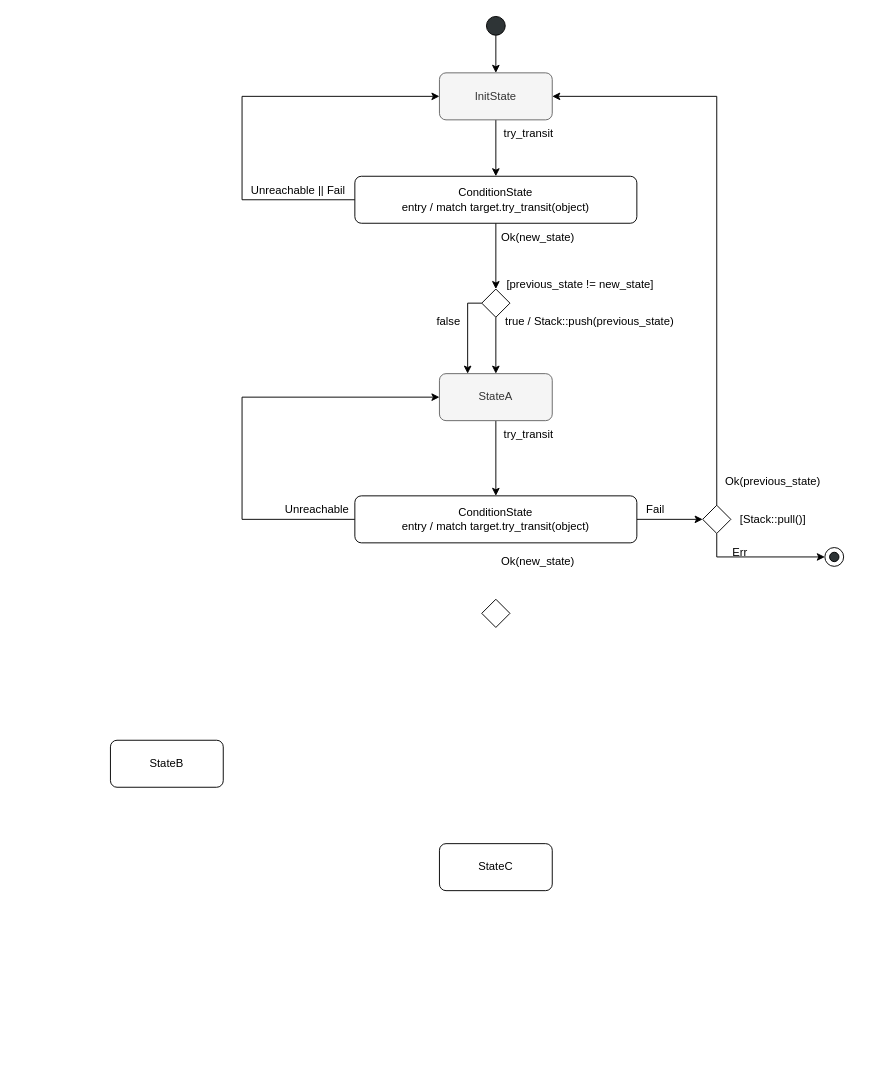
Earlier version of the draw.io diagram flowchart.drawio (Mazurovskyi/fsm). Source tidied: cells renumbered, new cells numbered last; positions are measured from the earlier drawing's top-left corner, leaving out a move shared by most shapes. Both pictures are drawn from the tidied source at 94%, with x=0, y=0 at pixel (110, 16).
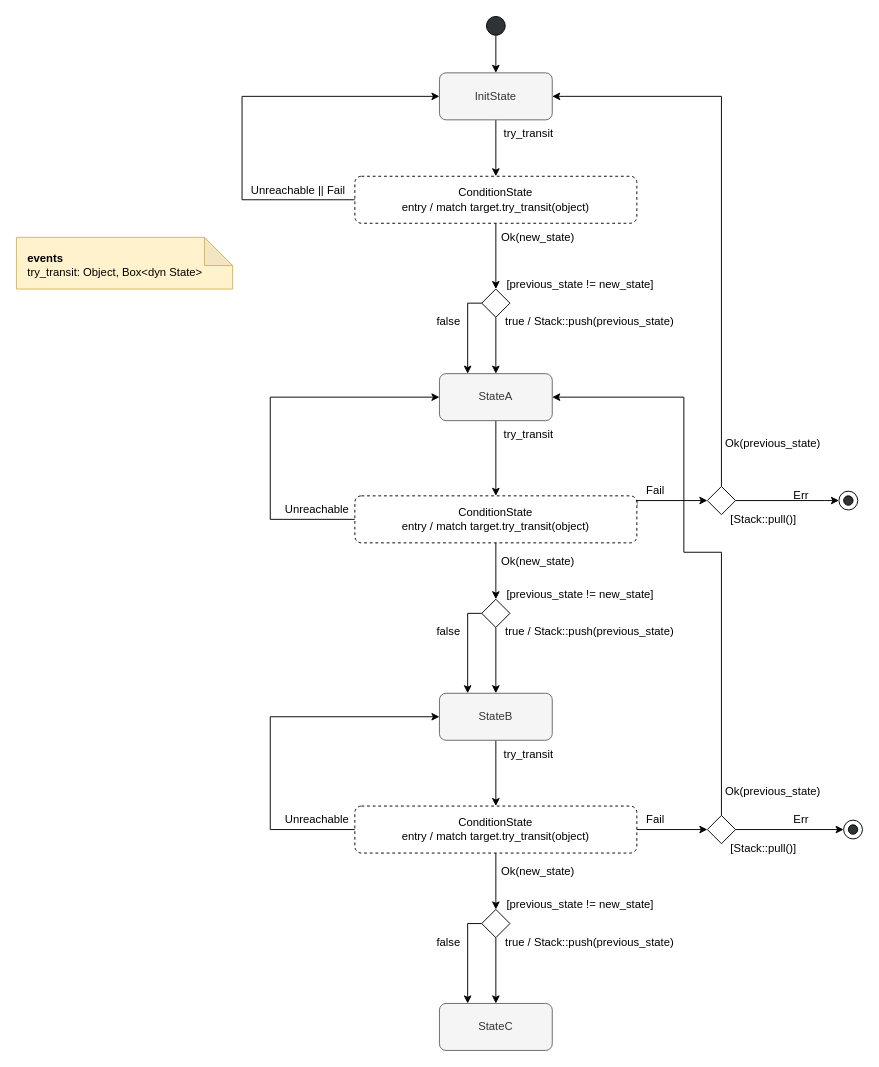
The same page after the edit.

Unchanged cells that the change refers to:
```xml
<mxCell id="7" value="StateA" style="rounded=1;whiteSpace=wrap;html=1;absoluteArcSize=1;arcSize=14;strokeWidth=1;fillColor=#f5f5f5;fontColor=#333333;strokeColor=#666666;" parent="1" vertex="1">
  <mxGeometry x="350" y="380" width="120" height="50" as="geometry" />
</mxCell>
<mxCell id="36" style="rhombus;whiteSpace=wrap;html=1;" parent="1" vertex="1">
  <mxGeometry x="395" y="620" width="30" height="30" as="geometry" />
</mxCell>
```

Change to the diagram source:
```diff
@@
+    <mxCell id="38" style="shape=note;whiteSpace=wrap;html=1;backgroundOutline=1;darkOpacity=0.05;fillColor=#fff2cc;strokeColor=#d6b656;" parent="1" vertex="1">
+      <mxGeometry x="-100" y="235" width="230" height="55" as="geometry" />
+    </mxCell>
@@
+    <mxCell id="39" style="edgeStyle=orthogonalEdgeStyle;rounded=0;jettySize=auto;html=1;exitX=0.5;exitY=1;exitDx=0;exitDy=0;entryX=0.5;entryY=0;entryDx=0;entryDy=0;" parent="1" edge="1" source="8" target="55">
+      <mxGeometry relative="1" as="geometry" />
+    </mxCell>
-    <mxCell id="8" value="StateB" style="rounded=1;whiteSpace=wrap;html=1;absoluteArcSize=1;arcSize=14;strokeWidth=1;" parent="1" vertex="1">
-      <mxGeometry y="770" width="120" height="50" as="geometry" />
+    <mxCell id="8" value="StateB" style="rounded=1;whiteSpace=wrap;html=1;absoluteArcSize=1;arcSize=14;strokeWidth=1;fillColor=#f5f5f5;fontColor=#333333;strokeColor=#666666;" parent="1" vertex="1">
+      <mxGeometry x="350" y="720" width="120" height="50" as="geometry" />
     </mxCell>
-    <mxCell id="9" value="StateC" style="rounded=1;whiteSpace=wrap;html=1;absoluteArcSize=1;arcSize=14;strokeWidth=1;" parent="1" vertex="1">
-      <mxGeometry x="350" y="880" width="120" height="50" as="geometry" />
-    </mxCell>
@@
-    <mxCell id="21" value="&lt;div&gt;ConditionState&lt;/div&gt;&lt;div&gt; entry / match target.try_transit(object)&lt;/div&gt;" style="rounded=1;whiteSpace=wrap;html=1;absoluteArcSize=1;arcSize=14;strokeWidth=1;" parent="1" vertex="1">
+    <mxCell id="21" value="&lt;div&gt;ConditionState&lt;/div&gt;&lt;div&gt; entry / match target.try_transit(object)&lt;/div&gt;" style="rounded=1;whiteSpace=wrap;html=1;absoluteArcSize=1;arcSize=14;strokeWidth=1;dashed=1;" parent="1" vertex="1">
       <mxGeometry x="260" y="170" width="300" height="50" as="geometry" />
     </mxCell>
     <mxCell id="22" value="Fail" style="text;html=1;strokeColor=none;fillColor=none;align=center;verticalAlign=middle;whiteSpace=wrap;rounded=0;" parent="1" vertex="1">
-      <mxGeometry x="560" y="510" width="40" height="30" as="geometry" />
+      <mxGeometry x="560" y="490" width="40" height="30" as="geometry" />
     </mxCell>
@@
-    <mxCell id="24" style="edgeStyle=orthogonalEdgeStyle;rounded=0;jettySize=auto;html=1;exitX=0.5;exitY=1;exitDx=0;exitDy=0;entryX=0;entryY=0.5;entryDx=0;entryDy=0;" parent="1" edge="1" source="25" target="35">
+    <mxCell id="24" style="edgeStyle=orthogonalEdgeStyle;rounded=0;jettySize=auto;html=1;exitX=1;exitY=0.5;exitDx=0;exitDy=0;entryX=0;entryY=0.5;entryDx=0;entryDy=0;" parent="1" edge="1" source="25" target="35">
       <mxGeometry relative="1" as="geometry">
         <Array as="points">
-          <mxPoint x="645" y="575" />
+          <mxPoint x="760" y="515" />
         </Array>
       </mxGeometry>
     </mxCell>
     <mxCell id="25" style="rhombus;whiteSpace=wrap;html=1;" parent="1" vertex="1">
-      <mxGeometry x="630" y="520" width="30" height="30" as="geometry" />
+      <mxGeometry x="635" y="500" width="30" height="30" as="geometry" />
     </mxCell>
     <mxCell id="26" value="[Stack::pull()]" style="text;html=1;strokeColor=none;fillColor=none;align=center;verticalAlign=middle;whiteSpace=wrap;rounded=0;" parent="1" vertex="1">
-      <mxGeometry x="650" y="520" width="110" height="30" as="geometry" />
+      <mxGeometry x="640" y="520" width="110" height="30" as="geometry" />
     </mxCell>
     <mxCell id="27" value="Ok(previous_state)" style="text;html=1;strokeColor=none;fillColor=none;align=center;verticalAlign=middle;whiteSpace=wrap;rounded=0;" parent="1" vertex="1">
-      <mxGeometry x="630" y="480" width="150" height="30" as="geometry" />
+      <mxGeometry x="630" y="440" width="150" height="30" as="geometry" />
     </mxCell>
     <mxCell id="28" style="edgeStyle=orthogonalEdgeStyle;rounded=0;jettySize=auto;html=1;exitX=0;exitY=0.5;exitDx=0;exitDy=0;entryX=0;entryY=0.5;entryDx=0;entryDy=0;" parent="1" edge="1" source="30" target="7">
       <mxGeometry relative="1" as="geometry">
         <Array as="points">
-          <mxPoint x="140" y="535" />
-          <mxPoint x="140" y="405" />
+          <mxPoint x="170" y="535" />
+          <mxPoint x="170" y="405" />
         </Array>
       </mxGeometry>
     </mxCell>
-    <mxCell id="29" style="edgeStyle=orthogonalEdgeStyle;rounded=0;jettySize=auto;html=1;exitX=1;exitY=0.5;exitDx=0;exitDy=0;entryX=0;entryY=0.5;entryDx=0;entryDy=0;" parent="1" edge="1" source="30" target="25">
-      <mxGeometry relative="1" as="geometry" />
+    <mxCell id="29" style="edgeStyle=orthogonalEdgeStyle;rounded=0;jettySize=auto;html=1;exitX=0;exitY=1;exitDx=0;exitDy=0;entryX=0;entryY=0.5;entryDx=0;entryDy=0;" parent="1" edge="1" source="22" target="25">
+      <mxGeometry relative="1" as="geometry">
+        <Array as="points">
+          <mxPoint x="560" y="515" />
+        </Array>
+      </mxGeometry>
     </mxCell>
+    <mxCell id="40" style="edgeStyle=orthogonalEdgeStyle;rounded=0;jettySize=auto;html=1;exitX=0.5;exitY=1;exitDx=0;exitDy=0;entryX=0.5;entryY=0;entryDx=0;entryDy=0;" parent="1" edge="1" source="30" target="36">
+      <mxGeometry relative="1" as="geometry" />
+    </mxCell>
-    <mxCell id="30" value="&lt;div&gt;ConditionState&lt;/div&gt;&lt;div&gt; entry / match target.try_transit(object)&lt;/div&gt;" style="rounded=1;whiteSpace=wrap;html=1;absoluteArcSize=1;arcSize=14;strokeWidth=1;" parent="1" vertex="1">
+    <mxCell id="30" value="&lt;div&gt;ConditionState&lt;/div&gt;&lt;div&gt; entry / match target.try_transit(object)&lt;/div&gt;" style="rounded=1;whiteSpace=wrap;html=1;absoluteArcSize=1;arcSize=14;strokeWidth=1;dashed=1;" parent="1" vertex="1">
       <mxGeometry x="260" y="510" width="300" height="50" as="geometry" />
     </mxCell>
@@
     <mxCell id="33" value="Err" style="text;html=1;strokeColor=none;fillColor=none;align=center;verticalAlign=middle;whiteSpace=wrap;rounded=0;" parent="1" vertex="1">
-      <mxGeometry x="640" y="555" width="60" height="30" as="geometry" />
+      <mxGeometry x="705" y="495" width="60" height="30" as="geometry" />
     </mxCell>
     <mxCell id="34" style="ellipse;whiteSpace=wrap;html=1;fillColor=#2e3436;" parent="1" vertex="1">
-      <mxGeometry x="765" y="570" width="10" height="10" as="geometry" />
+      <mxGeometry x="780" y="510" width="10" height="10" as="geometry" />
     </mxCell>
     <mxCell id="35" style="ellipse;whiteSpace=wrap;html=1;fillColor=none;" parent="1" vertex="1">
-      <mxGeometry x="760" y="565" width="20" height="20" as="geometry" />
+      <mxGeometry x="775" y="505" width="20" height="20" as="geometry" />
     </mxCell>
+    <mxCell id="41" style="edgeStyle=orthogonalEdgeStyle;rounded=0;jettySize=auto;html=1;exitX=0.5;exitY=1;exitDx=0;exitDy=0;entryX=0.5;entryY=0;entryDx=0;entryDy=0;" parent="1" edge="1" source="36" target="8">
+      <mxGeometry relative="1" as="geometry" />
+    </mxCell>
+    <mxCell id="42" style="edgeStyle=orthogonalEdgeStyle;rounded=0;jettySize=auto;html=1;exitX=0;exitY=0.5;exitDx=0;exitDy=0;entryX=0.25;entryY=0;entryDx=0;entryDy=0;" parent="1" edge="1" source="36" target="8">
+      <mxGeometry relative="1" as="geometry">
+        <Array as="points">
+          <mxPoint x="380" y="635" />
+        </Array>
+      </mxGeometry>
+    </mxCell>
@@
+    <mxCell id="43" value="[previous_state != new_state]" style="text;html=1;strokeColor=none;fillColor=none;align=center;verticalAlign=middle;whiteSpace=wrap;rounded=0;" parent="1" vertex="1">
+      <mxGeometry x="410" y="600" width="180" height="30" as="geometry" />
+    </mxCell>
+    <mxCell id="44" value="true / Stack::push(previous_state)" style="text;html=1;strokeColor=none;fillColor=none;align=center;verticalAlign=middle;whiteSpace=wrap;rounded=0;" parent="1" vertex="1">
+      <mxGeometry x="390" y="640" width="240" height="30" as="geometry" />
+    </mxCell>
+    <mxCell id="45" value="false" style="text;html=1;strokeColor=none;fillColor=none;align=center;verticalAlign=middle;whiteSpace=wrap;rounded=0;" parent="1" vertex="1">
+      <mxGeometry x="330" y="640" width="60" height="30" as="geometry" />
+    </mxCell>
+    <mxCell id="9" value="StateC" style="rounded=1;whiteSpace=wrap;html=1;absoluteArcSize=1;arcSize=14;strokeWidth=1;fillColor=#f5f5f5;fontColor=#333333;strokeColor=#666666;" parent="1" vertex="1">
+      <mxGeometry x="350" y="1050" width="120" height="50" as="geometry" />
+    </mxCell>
+    <mxCell id="46" value="Fail" style="text;html=1;strokeColor=none;fillColor=none;align=center;verticalAlign=middle;whiteSpace=wrap;rounded=0;" parent="1" vertex="1">
+      <mxGeometry x="560" y="840" width="40" height="30" as="geometry" />
+    </mxCell>
+    <mxCell id="47" style="edgeStyle=orthogonalEdgeStyle;rounded=0;jettySize=auto;html=1;exitX=1;exitY=0.5;exitDx=0;exitDy=0;entryX=0;entryY=0.5;entryDx=0;entryDy=0;" parent="1" edge="1" source="49" target="58">
+      <mxGeometry relative="1" as="geometry" />
+    </mxCell>
+    <mxCell id="48" style="edgeStyle=orthogonalEdgeStyle;rounded=0;jettySize=auto;html=1;exitX=0.5;exitY=0;exitDx=0;exitDy=0;entryX=1;entryY=0.5;entryDx=0;entryDy=0;" parent="1" edge="1" source="49" target="7">
+      <mxGeometry relative="1" as="geometry">
+        <Array as="points">
+          <mxPoint x="650" y="570" />
+          <mxPoint x="610" y="570" />
+          <mxPoint x="610" y="405" />
+        </Array>
+      </mxGeometry>
+    </mxCell>
+    <mxCell id="49" style="rhombus;whiteSpace=wrap;html=1;" parent="1" vertex="1">
+      <mxGeometry x="635" y="850" width="30" height="30" as="geometry" />
+    </mxCell>
+    <mxCell id="50" value="[Stack::pull()]" style="text;html=1;strokeColor=none;fillColor=none;align=center;verticalAlign=middle;whiteSpace=wrap;rounded=0;" parent="1" vertex="1">
+      <mxGeometry x="640" y="870" width="110" height="30" as="geometry" />
+    </mxCell>
+    <mxCell id="51" value="Ok(previous_state)" style="text;html=1;strokeColor=none;fillColor=none;align=center;verticalAlign=middle;whiteSpace=wrap;rounded=0;" parent="1" vertex="1">
+      <mxGeometry x="630" y="810" width="150" height="30" as="geometry" />
+    </mxCell>
+    <mxCell id="52" style="edgeStyle=orthogonalEdgeStyle;rounded=0;jettySize=auto;html=1;exitX=1;exitY=0.5;exitDx=0;exitDy=0;entryX=0;entryY=0.5;entryDx=0;entryDy=0;" parent="1" edge="1" source="55" target="49">
+      <mxGeometry relative="1" as="geometry" />
+    </mxCell>
+    <mxCell id="53" style="edgeStyle=orthogonalEdgeStyle;rounded=0;jettySize=auto;html=1;exitX=0.5;exitY=1;exitDx=0;exitDy=0;entryX=0.5;entryY=0;entryDx=0;entryDy=0;" parent="1" edge="1" source="55" target="61">
+      <mxGeometry relative="1" as="geometry" />
+    </mxCell>
+    <mxCell id="54" style="edgeStyle=orthogonalEdgeStyle;rounded=0;jettySize=auto;html=1;exitX=0;exitY=0.5;exitDx=0;exitDy=0;entryX=0;entryY=0.5;entryDx=0;entryDy=0;" parent="1" edge="1" source="55" target="8">
+      <mxGeometry relative="1" as="geometry">
+        <Array as="points">
+          <mxPoint x="170" y="865" />
+          <mxPoint x="170" y="745" />
+        </Array>
+      </mxGeometry>
+    </mxCell>
+    <mxCell id="55" value="&lt;div&gt;ConditionState&lt;/div&gt;&lt;div&gt; entry / match target.try_transit(object)&lt;/div&gt;" style="rounded=1;whiteSpace=wrap;html=1;absoluteArcSize=1;arcSize=14;strokeWidth=1;dashed=1;" parent="1" vertex="1">
+      <mxGeometry x="260" y="840" width="300" height="50" as="geometry" />
+    </mxCell>
+    <mxCell id="56" value="Err" style="text;html=1;strokeColor=none;fillColor=none;align=center;verticalAlign=middle;whiteSpace=wrap;rounded=0;" parent="1" vertex="1">
+      <mxGeometry x="705" y="840" width="60" height="30" as="geometry" />
+    </mxCell>
+    <mxCell id="57" style="ellipse;whiteSpace=wrap;html=1;fillColor=#2e3436;" parent="1" vertex="1">
+      <mxGeometry x="785" y="860" width="10" height="10" as="geometry" />
+    </mxCell>
+    <mxCell id="58" style="ellipse;whiteSpace=wrap;html=1;fillColor=none;" parent="1" vertex="1">
+      <mxGeometry x="780" y="855" width="20" height="20" as="geometry" />
+    </mxCell>
+    <mxCell id="59" style="edgeStyle=orthogonalEdgeStyle;rounded=0;jettySize=auto;html=1;exitX=0.5;exitY=1;exitDx=0;exitDy=0;entryX=0.5;entryY=0;entryDx=0;entryDy=0;" parent="1" edge="1" source="61" target="9">
+      <mxGeometry relative="1" as="geometry" />
+    </mxCell>
+    <mxCell id="60" style="edgeStyle=orthogonalEdgeStyle;rounded=0;jettySize=auto;html=1;exitX=0;exitY=0.5;exitDx=0;exitDy=0;entryX=0.25;entryY=0;entryDx=0;entryDy=0;" parent="1" edge="1" source="61" target="9">
+      <mxGeometry relative="1" as="geometry">
+        <Array as="points">
+          <mxPoint x="380" y="965" />
+        </Array>
+      </mxGeometry>
+    </mxCell>
+    <mxCell id="61" style="rhombus;whiteSpace=wrap;html=1;" parent="1" vertex="1">
+      <mxGeometry x="395" y="950" width="30" height="30" as="geometry" />
+    </mxCell>
+    <mxCell id="62" value="Ok(new_state) " style="text;html=1;strokeColor=none;fillColor=none;align=center;verticalAlign=middle;whiteSpace=wrap;rounded=0;" parent="1" vertex="1">
+      <mxGeometry x="410" y="895" width="90" height="30" as="geometry" />
+    </mxCell>
+    <mxCell id="63" value="[previous_state != new_state]" style="text;html=1;strokeColor=none;fillColor=none;align=center;verticalAlign=middle;whiteSpace=wrap;rounded=0;" parent="1" vertex="1">
+      <mxGeometry x="410" y="930" width="180" height="30" as="geometry" />
+    </mxCell>
+    <mxCell id="64" value="true / Stack::push(previous_state)" style="text;html=1;strokeColor=none;fillColor=none;align=center;verticalAlign=middle;whiteSpace=wrap;rounded=0;" parent="1" vertex="1">
+      <mxGeometry x="390" y="970" width="240" height="30" as="geometry" />
+    </mxCell>
+    <mxCell id="65" value="false" style="text;html=1;strokeColor=none;fillColor=none;align=center;verticalAlign=middle;whiteSpace=wrap;rounded=0;" parent="1" vertex="1">
+      <mxGeometry x="330" y="970" width="60" height="30" as="geometry" />
+    </mxCell>
+    <mxCell id="66" value="try_transit" style="text;html=1;strokeColor=none;fillColor=none;align=center;verticalAlign=middle;whiteSpace=wrap;rounded=0;" parent="1" vertex="1">
+      <mxGeometry x="410" y="770" width="70" height="30" as="geometry" />
+    </mxCell>
+    <mxCell id="67" value="&lt;div&gt;&lt;b&gt;events&lt;/b&gt;&lt;/div&gt;&lt;div&gt;try_transit: Object, Box&amp;lt;dyn State&amp;gt;&lt;/div&gt;" style="text;html=1;strokeColor=none;fillColor=none;align=left;verticalAlign=middle;whiteSpace=wrap;rounded=0;" parent="1" vertex="1">
+      <mxGeometry x="-90" y="250" width="200" height="30" as="geometry" />
+    </mxCell>
+    <mxCell id="68" value="Unreachable" style="text;html=1;strokeColor=none;fillColor=none;align=center;verticalAlign=middle;whiteSpace=wrap;rounded=0;" parent="1" vertex="1">
+      <mxGeometry x="160" y="840" width="120" height="30" as="geometry" />
+    </mxCell>
```
